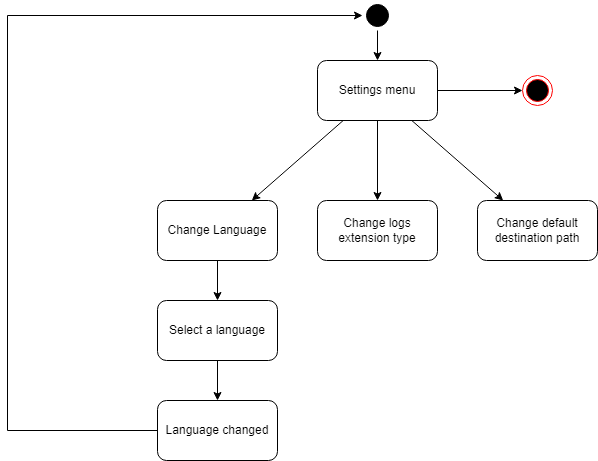
Above: CDC/3.0/activity_diagram_settings_changeLanguage.png in Atineon/easysave_production (draw.io), before the change. Source tidied: cells renumbered, new cells last; positions are measured from the earlier drawing's top-left corner, leaving out a move shared by most shapes.
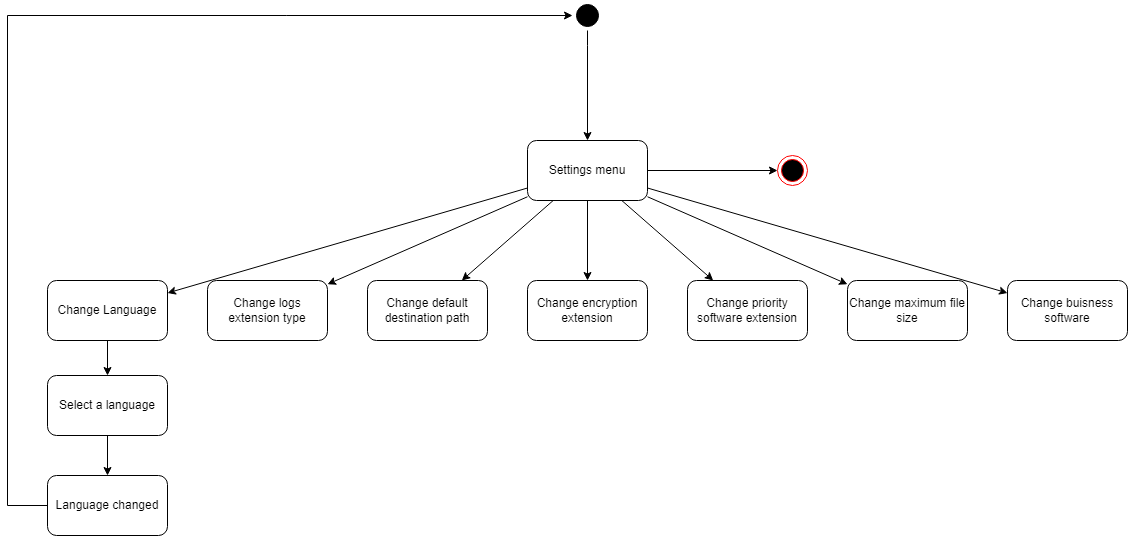
After the change.

Commit message:
fix: activity diagrams

What changed in the source:
```diff
@@ -2,18 +2,37 @@
   <root>
     <mxCell id="0" />
     <mxCell id="1" parent="0" />
-    <mxCell id="2" style="edgeStyle=orthogonalEdgeStyle;rounded=0;jettySize=auto;html=1;" parent="1" edge="1" source="3" target="9">
-      <mxGeometry relative="1" as="geometry" />
-    </mxCell>
-    <mxCell id="3" style="ellipse;shape=startState;fillColor=#000000;strokeColor=#000000;" parent="1" vertex="1">
-      <mxGeometry x="355" width="30" height="30" as="geometry" />
-    </mxCell>
-    <mxCell id="4" style="ellipse;html=1;shape=endState;fillColor=#000000;strokeColor=#ff0000;strokeWidth=1;gradientColor=none;" parent="1" vertex="1">
-      <mxGeometry x="515" y="75" width="30" height="30" as="geometry" />
-    </mxCell>
-    <mxCell id="5" style="edgeStyle=orthogonalEdgeStyle;rounded=0;jettySize=auto;html=1;" parent="1" edge="1" source="9" target="4">
-      <mxGeometry relative="1" as="geometry" />
-    </mxCell>
+    <mxCell id="14" style="edgeStyle=none;rounded=0;jettySize=auto;html=1;" parent="1" edge="1" source="15" target="17">
+      <mxGeometry relative="1" as="geometry" />
+    </mxCell>
+    <mxCell id="15" value="Select a language" style="rounded=1;whiteSpace=wrap;html=1;" parent="1" vertex="1">
+      <mxGeometry x="30" y="365" width="120" height="60" as="geometry" />
+    </mxCell>
+    <mxCell id="17" value="Language changed" style="rounded=1;whiteSpace=wrap;html=1;" parent="1" vertex="1">
+      <mxGeometry x="30" y="465" width="120" height="60" as="geometry" />
+    </mxCell>
+    <mxCell id="18" style="edgeStyle=orthogonalEdgeStyle;rounded=0;jettySize=auto;html=1;" parent="1" edge="1" source="19" target="9">
+      <mxGeometry relative="1" as="geometry">
+        <Array as="points">
+          <mxPoint x="570" y="35" />
+          <mxPoint x="570" y="35" />
+        </Array>
+      </mxGeometry>
+    </mxCell>
+    <mxCell id="19" style="ellipse;shape=startState;fillColor=#000000;strokeColor=#000000;" parent="1" vertex="1">
+      <mxGeometry x="555" y="-10" width="30" height="30" as="geometry" />
+    </mxCell>
+    <mxCell id="20" style="ellipse;html=1;shape=endState;fillColor=#000000;strokeColor=#ff0000;strokeWidth=1;gradientColor=none;" parent="1" vertex="1">
+      <mxGeometry x="760" y="145" width="30" height="30" as="geometry" />
+    </mxCell>
+    <mxCell id="21" style="edgeStyle=none;rounded=0;jettySize=auto;html=1;" parent="1" edge="1" source="17" target="19">
+      <mxGeometry relative="1" as="geometry">
+        <Array as="points">
+          <mxPoint x="-10" y="495" />
+          <mxPoint x="-10" y="5" />
+        </Array>
+      </mxGeometry>
+    </mxCell>
     <mxCell id="6" style="edgeStyle=none;rounded=0;jettySize=auto;html=1;" parent="1" edge="1" source="9" target="11">
       <mxGeometry relative="1" as="geometry" />
     </mxCell>
@@ -23,37 +42,47 @@
     <mxCell id="8" style="edgeStyle=none;rounded=0;jettySize=auto;html=1;" parent="1" edge="1" source="9" target="13">
       <mxGeometry relative="1" as="geometry" />
     </mxCell>
+    <mxCell id="22" style="rounded=0;jettySize=auto;html=1;" parent="1" edge="1" source="9" target="27">
+      <mxGeometry relative="1" as="geometry" />
+    </mxCell>
+    <mxCell id="23" style="edgeStyle=none;rounded=0;jettySize=auto;html=1;" parent="1" edge="1" source="9" target="28">
+      <mxGeometry relative="1" as="geometry" />
+    </mxCell>
+    <mxCell id="24" style="edgeStyle=none;rounded=0;jettySize=auto;html=1;" parent="1" edge="1" source="9" target="29">
+      <mxGeometry relative="1" as="geometry" />
+    </mxCell>
+    <mxCell id="25" style="edgeStyle=none;rounded=0;jettySize=auto;html=1;" parent="1" edge="1" source="9" target="30">
+      <mxGeometry relative="1" as="geometry" />
+    </mxCell>
+    <mxCell id="26" style="edgeStyle=orthogonalEdgeStyle;rounded=0;jettySize=auto;html=1;" parent="1" edge="1" source="9" target="20">
+      <mxGeometry relative="1" as="geometry" />
+    </mxCell>
     <mxCell id="9" value="Settings menu" style="rounded=1;whiteSpace=wrap;html=1;" parent="1" vertex="1">
-      <mxGeometry x="310" y="60" width="120" height="60" as="geometry" />
+      <mxGeometry x="510" y="130" width="120" height="60" as="geometry" />
     </mxCell>
-    <mxCell id="10" style="edgeStyle=none;rounded=0;jettySize=auto;html=1;" parent="1" edge="1" source="11" target="15">
+    <mxCell id="10" style="edgeStyle=none;rounded=0;jettySize=auto;html=1;endArrow=classic;endFill=1;" parent="1" edge="1" source="11" target="15">
       <mxGeometry relative="1" as="geometry" />
     </mxCell>
     <mxCell id="11" value="Change Language" style="rounded=1;whiteSpace=wrap;html=1;" parent="1" vertex="1">
-      <mxGeometry x="150" y="200" width="120" height="60" as="geometry" />
+      <mxGeometry x="30" y="270" width="120" height="60" as="geometry" />
     </mxCell>
     <mxCell id="12" value="Change logs extension type" style="rounded=1;whiteSpace=wrap;html=1;" parent="1" vertex="1">
-      <mxGeometry x="310" y="200" width="120" height="60" as="geometry" />
+      <mxGeometry x="190" y="270" width="120" height="60" as="geometry" />
     </mxCell>
     <mxCell id="13" value="Change default destination path" style="rounded=1;whiteSpace=wrap;html=1;" parent="1" vertex="1">
-      <mxGeometry x="470" y="200" width="120" height="60" as="geometry" />
+      <mxGeometry x="350" y="270" width="120" height="60" as="geometry" />
     </mxCell>
-    <mxCell id="14" style="edgeStyle=none;rounded=0;jettySize=auto;html=1;" parent="1" edge="1" source="15" target="17">
-      <mxGeometry relative="1" as="geometry" />
-    </mxCell>
-    <mxCell id="15" value="Select a language" style="rounded=1;whiteSpace=wrap;html=1;" parent="1" vertex="1">
-      <mxGeometry x="150" y="300" width="120" height="60" as="geometry" />
-    </mxCell>
-    <mxCell id="16" style="edgeStyle=none;rounded=0;jettySize=auto;html=1;" parent="1" edge="1" source="17" target="3">
-      <mxGeometry relative="1" as="geometry">
-        <Array as="points">
-          <mxPoint y="430" />
-          <mxPoint y="15" />
-        </Array>
-      </mxGeometry>
-    </mxCell>
-    <mxCell id="17" value="Language changed" style="rounded=1;whiteSpace=wrap;html=1;" parent="1" vertex="1">
-      <mxGeometry x="150" y="400" width="120" height="60" as="geometry" />
-    </mxCell>
+    <mxCell id="27" value="Change encryption extension" style="rounded=1;whiteSpace=wrap;html=1;" parent="1" vertex="1">
+      <mxGeometry x="510" y="270" width="120" height="60" as="geometry" />
+    </mxCell>
+    <mxCell id="28" value="Change priority software extension" style="rounded=1;whiteSpace=wrap;html=1;" parent="1" vertex="1">
+      <mxGeometry x="670" y="270" width="120" height="60" as="geometry" />
+    </mxCell>
+    <mxCell id="29" value="Change maximum file size" style="rounded=1;whiteSpace=wrap;html=1;" parent="1" vertex="1">
+      <mxGeometry x="830" y="270" width="120" height="60" as="geometry" />
+    </mxCell>
+    <mxCell id="30" value="Change buisness software" style="rounded=1;whiteSpace=wrap;html=1;" parent="1" vertex="1">
+      <mxGeometry x="990" y="270" width="120" height="60" as="geometry" />
+    </mxCell>
   </root>
 </mxGraphModel>
```
